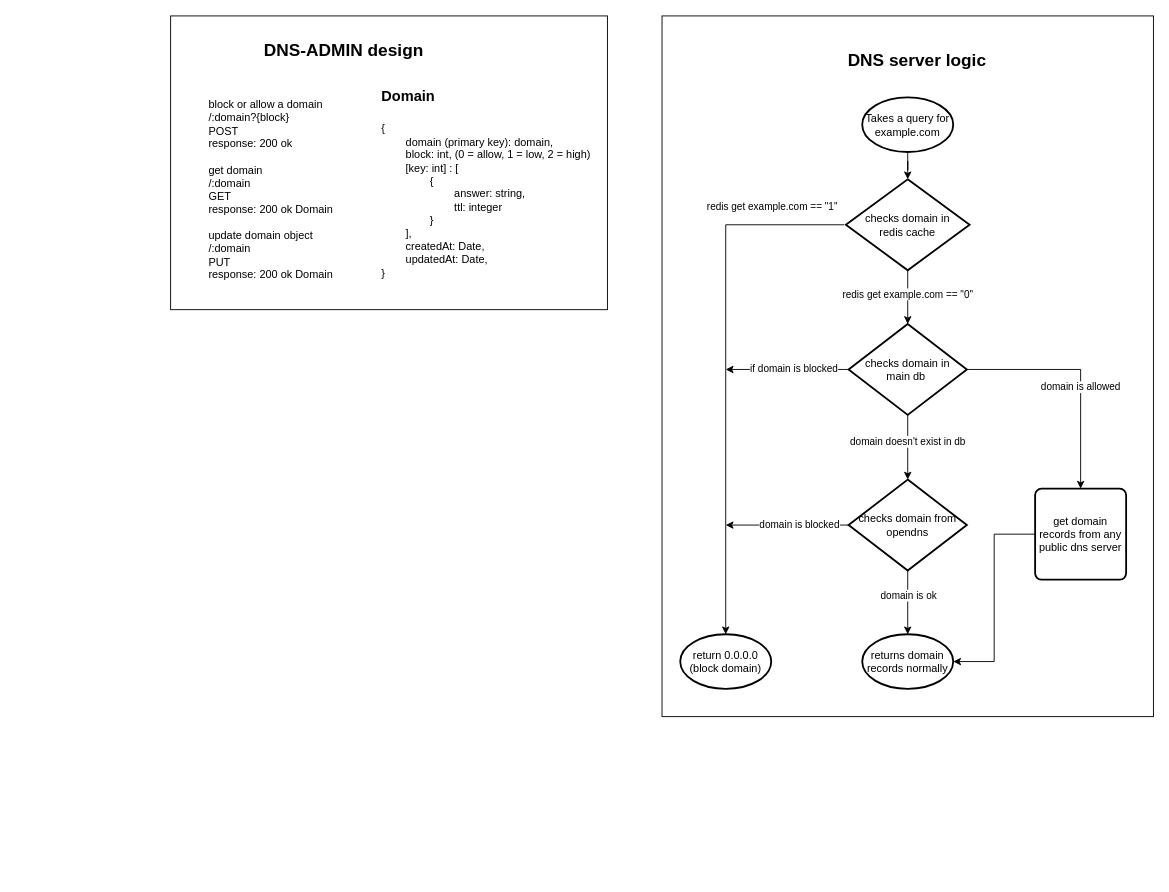
This is page "DNS" (3 of 3) of ainaa.drawio from ahmed-elbehairy7/mafazaa-system-design, a draw.io file, before an edit. Source tidied: cells renumbered, new cells numbered last; positions are measured from the earlier drawing's top-left corner, leaving out a move shared by most shapes. Both pictures are drawn from the tidied source at 91%, with x=0, y=0 at pixel (170, 15).
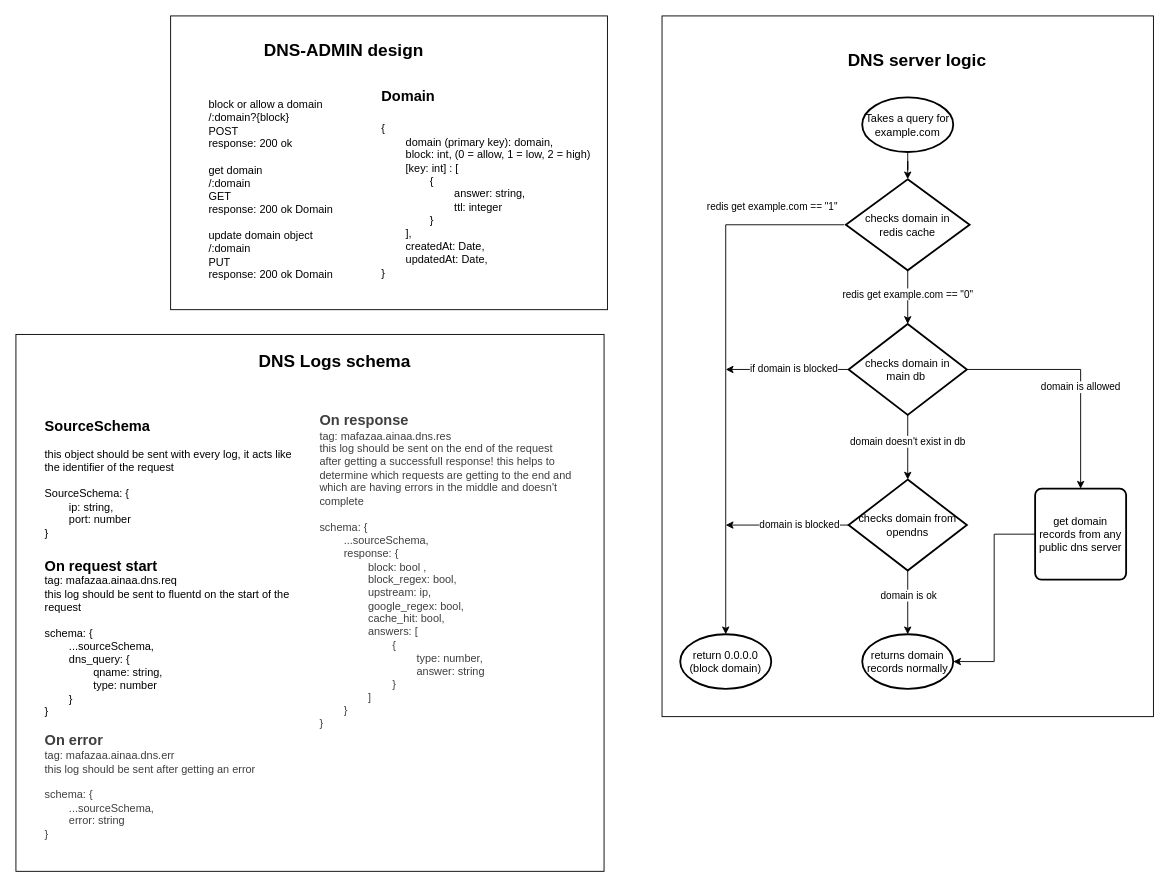
The same page after the edit.

Commit message:
added ainaa logs schema

The edit, as a diff of the source:
```diff
@@
+    <mxCell id="33" style="group;" parent="1" vertex="1">
+      <mxGeometry x="-170" y="350" width="650" height="595" as="geometry" />
+    </mxCell>
+    <mxCell id="34" style="rounded=0;whiteSpace=wrap;html=1;" parent="33" vertex="1">
+      <mxGeometry width="646.3" height="590" as="geometry" />
+    </mxCell>
+    <mxCell id="35" value="DNS Logs schema" style="text;html=1;align=center;verticalAlign=middle;strokeColor=none;fillColor=none;fontSize=19;fontStyle=1;" parent="33" vertex="1">
+      <mxGeometry x="260" y="10" width="180" height="40" as="geometry" />
+    </mxCell>
+    <mxCell id="36" value="&lt;div&gt;&lt;div&gt;&lt;span style=&quot;background-color: transparent;&quot;&gt;&lt;span style=&quot;font-size: 16px;&quot;&gt;&lt;b&gt;SourceSchema&lt;/b&gt;&lt;/span&gt;&lt;/span&gt;&lt;/div&gt;&lt;div&gt;&lt;br&gt;&lt;/div&gt;&lt;div&gt;&lt;span style=&quot;background-color: transparent;&quot;&gt;this object should be sent with every log, it acts like&lt;/span&gt;&lt;/div&gt;&lt;div&gt;the identifier of the request&lt;/div&gt;&lt;div&gt;&lt;br&gt;&lt;/div&gt;&lt;div&gt;SourceSchema: {&lt;/div&gt;&lt;div&gt;&lt;span style=&quot;white-space: pre;&quot;&gt;&#9;&lt;/span&gt;ip: string,&lt;br&gt;&lt;/div&gt;&lt;div&gt;&lt;span style=&quot;white-space: pre;&quot;&gt;&#9;&lt;/span&gt;port: number&lt;br&gt;&lt;/div&gt;&lt;div&gt;}&lt;/div&gt;&lt;/div&gt;&lt;div&gt;&lt;span style=&quot;font-size: 16px;&quot;&gt;&lt;b&gt;&lt;br&gt;&lt;/b&gt;&lt;/span&gt;&lt;/div&gt;&lt;div&gt;&lt;span style=&quot;font-size: 16px;&quot;&gt;&lt;b&gt;On request start&lt;/b&gt;&lt;/span&gt;&lt;/div&gt;&lt;div&gt;tag: mafazaa.ainaa.dns.req&lt;/div&gt;&lt;div&gt;this log should be sent to fluentd on the start of the&amp;nbsp;&lt;/div&gt;&lt;div&gt;request&lt;/div&gt;&lt;div&gt;&lt;br&gt;&lt;/div&gt;&lt;div&gt;schema: {&lt;/div&gt;&lt;div&gt;&lt;span style=&quot;white-space: pre;&quot;&gt;&#9;&lt;/span&gt;...sourceSchema,&lt;br&gt;&lt;/div&gt;&lt;div&gt;&lt;span style=&quot;white-space: pre;&quot;&gt;&#9;&lt;/span&gt;dns_query: {&lt;/div&gt;&lt;div&gt;&lt;span style=&quot;white-space: pre;&quot;&gt;&#9;&lt;span style=&quot;white-space: pre;&quot;&gt;&#9;&lt;/span&gt;qname: string,&lt;/span&gt;&lt;/div&gt;&lt;div&gt;&lt;span style=&quot;white-space: pre;&quot;&gt;&#9;&lt;/span&gt;&lt;span style=&quot;white-space: pre;&quot;&gt;&#9;&lt;/span&gt;type: number&lt;br&gt;&lt;/div&gt;&lt;div&gt;&lt;span style=&quot;white-space: pre;&quot;&gt;&#9;&lt;/span&gt;}&lt;/div&gt;&lt;div&gt;}&lt;/div&gt;&lt;div&gt;&lt;div&gt;&lt;br&gt;&lt;/div&gt;&lt;div&gt;&lt;div style=&quot;color: rgb(63, 63, 63);&quot;&gt;&lt;span style=&quot;font-size: 16px;&quot;&gt;&lt;b&gt;On error&lt;/b&gt;&lt;/span&gt;&lt;/div&gt;&lt;div style=&quot;color: rgb(63, 63, 63);&quot;&gt;tag: mafazaa.ainaa.dns.err&lt;/div&gt;&lt;div style=&quot;color: rgb(63, 63, 63);&quot;&gt;this log should be sent after getting an error&lt;/div&gt;&lt;div style=&quot;color: rgb(63, 63, 63);&quot;&gt;&lt;br&gt;&lt;/div&gt;&lt;div style=&quot;color: rgb(63, 63, 63);&quot;&gt;schema: {&lt;/div&gt;&lt;div style=&quot;color: rgb(63, 63, 63);&quot;&gt;&lt;span style=&quot;white-space-collapse: preserve;&quot;&gt;&#9;&lt;/span&gt;...sourceSchema,&lt;br&gt;&lt;/div&gt;&lt;div style=&quot;color: rgb(63, 63, 63);&quot;&gt;&lt;span style=&quot;white-space-collapse: preserve;&quot;&gt;&#9;&lt;/span&gt;error: string&lt;/div&gt;&lt;div style=&quot;color: rgb(63, 63, 63);&quot;&gt;}&lt;/div&gt;&lt;/div&gt;&lt;/div&gt;&lt;div&gt;&lt;br&gt;&lt;/div&gt;" style="text;html=1;align=left;verticalAlign=middle;strokeColor=none;fillColor=none;" parent="33" vertex="1">
+      <mxGeometry x="30" y="86" width="300" height="490" as="geometry" />
+    </mxCell>
+    <mxCell id="37" value="&lt;div&gt;&lt;div&gt;&lt;div style=&quot;color: rgb(63, 63, 63);&quot;&gt;&lt;span style=&quot;font-size: 16px;&quot;&gt;&lt;b&gt;On response&lt;/b&gt;&lt;/span&gt;&lt;/div&gt;&lt;div style=&quot;color: rgb(63, 63, 63);&quot;&gt;tag: mafazaa.ainaa.dns.res&lt;/div&gt;&lt;div style=&quot;color: rgb(63, 63, 63);&quot;&gt;this log should be sent on the end of the request&amp;nbsp;&lt;/div&gt;&lt;div style=&quot;color: rgb(63, 63, 63);&quot;&gt;after getting a successfull response! this helps to&amp;nbsp;&lt;/div&gt;&lt;div style=&quot;color: rgb(63, 63, 63);&quot;&gt;determine which requests are getting to the end and&lt;/div&gt;&lt;div style=&quot;color: rgb(63, 63, 63);&quot;&gt;which are having errors in the middle and doesn't&amp;nbsp;&lt;/div&gt;&lt;div style=&quot;color: rgb(63, 63, 63);&quot;&gt;complete&amp;nbsp;&lt;/div&gt;&lt;div style=&quot;color: rgb(63, 63, 63);&quot;&gt;&lt;br&gt;&lt;/div&gt;&lt;div style=&quot;color: rgb(63, 63, 63);&quot;&gt;schema: {&lt;/div&gt;&lt;div style=&quot;color: rgb(63, 63, 63);&quot;&gt;&lt;span style=&quot;white-space-collapse: preserve;&quot;&gt;&#9;&lt;/span&gt;...sourceSchema,&lt;br&gt;&lt;/div&gt;&lt;div style=&quot;color: rgb(63, 63, 63);&quot;&gt;&lt;span style=&quot;white-space-collapse: preserve;&quot;&gt;&#9;&lt;/span&gt;response: {&lt;/div&gt;&lt;div style=&quot;color: rgb(63, 63, 63);&quot;&gt;&lt;span style=&quot;white-space-collapse: preserve;&quot;&gt;&#9;&lt;span style=&quot;white-space-collapse: preserve;&quot;&gt;&#9;&lt;/span&gt;block:&lt;/span&gt;&amp;nbsp;bool&lt;span style=&quot;white-space-collapse: preserve;&quot;&gt; ,&lt;/span&gt;&lt;/div&gt;&lt;div style=&quot;color: rgb(63, 63, 63);&quot;&gt;&lt;span style=&quot;white-space-collapse: preserve;&quot;&gt;&#9;&lt;/span&gt;&lt;span style=&quot;white-space-collapse: preserve;&quot;&gt;&#9;&lt;/span&gt;block_regex: bool,&lt;br&gt;&lt;/div&gt;&lt;div style=&quot;color: rgb(63, 63, 63);&quot;&gt;&lt;span style=&quot;white-space-collapse: preserve;&quot;&gt;&#9;&lt;/span&gt;&lt;span style=&quot;white-space-collapse: preserve;&quot;&gt;&#9;&lt;/span&gt;upstream: ip,&lt;br&gt;&lt;/div&gt;&lt;div style=&quot;color: rgb(63, 63, 63);&quot;&gt;&lt;span style=&quot;white-space-collapse: preserve;&quot;&gt;&#9;&lt;/span&gt;&lt;span style=&quot;white-space-collapse: preserve;&quot;&gt;&#9;&lt;/span&gt;google_regex: bool,&lt;br&gt;&lt;/div&gt;&lt;div style=&quot;color: rgb(63, 63, 63);&quot;&gt;&lt;span style=&quot;white-space-collapse: preserve;&quot;&gt;&#9;&lt;/span&gt;&lt;span style=&quot;white-space-collapse: preserve;&quot;&gt;&#9;&lt;/span&gt;cache_hit: bool,&lt;br&gt;&lt;/div&gt;&lt;div style=&quot;color: rgb(63, 63, 63);&quot;&gt;&lt;span style=&quot;white-space-collapse: preserve;&quot;&gt;&#9;&lt;/span&gt;&lt;span style=&quot;white-space-collapse: preserve;&quot;&gt;&#9;&lt;/span&gt;answers: [&lt;/div&gt;&lt;div style=&quot;color: rgb(63, 63, 63);&quot;&gt;&lt;span style=&quot;white-space-collapse: preserve;&quot;&gt;&#9;&lt;/span&gt;&lt;span style=&quot;white-space-collapse: preserve;&quot;&gt;&#9;&lt;/span&gt;&lt;span style=&quot;white-space-collapse: preserve;&quot;&gt;&#9;&lt;/span&gt;{&lt;/div&gt;&lt;div style=&quot;color: rgb(63, 63, 63);&quot;&gt;&lt;span style=&quot;white-space-collapse: preserve;&quot;&gt;&#9;&lt;/span&gt;&lt;span style=&quot;white-space-collapse: preserve;&quot;&gt;&#9;&lt;/span&gt;&lt;span style=&quot;white-space-collapse: preserve;&quot;&gt;&#9;&lt;/span&gt;&lt;span style=&quot;white-space-collapse: preserve;&quot;&gt;&#9;&lt;/span&gt;type: number,&lt;br&gt;&lt;/div&gt;&lt;div style=&quot;color: rgb(63, 63, 63);&quot;&gt;&lt;span style=&quot;white-space-collapse: preserve;&quot;&gt;&#9;&lt;/span&gt;&lt;span style=&quot;white-space-collapse: preserve;&quot;&gt;&#9;&lt;/span&gt;&lt;span style=&quot;white-space-collapse: preserve;&quot;&gt;&#9;&lt;/span&gt;&lt;span style=&quot;white-space-collapse: preserve;&quot;&gt;&#9;&lt;/span&gt;answer: string&lt;br&gt;&lt;/div&gt;&lt;div style=&quot;color: rgb(63, 63, 63);&quot;&gt;&lt;span style=&quot;white-space-collapse: preserve;&quot;&gt;&#9;&lt;/span&gt;&lt;span style=&quot;white-space-collapse: preserve;&quot;&gt;&#9;&lt;/span&gt;&lt;span style=&quot;white-space-collapse: preserve;&quot;&gt;&#9;&lt;/span&gt;}&lt;/div&gt;&lt;div style=&quot;color: rgb(63, 63, 63);&quot;&gt;&lt;span style=&quot;white-space-collapse: preserve;&quot;&gt;&#9;&lt;/span&gt;&lt;span style=&quot;white-space-collapse: preserve;&quot;&gt;&#9;&lt;/span&gt;]&lt;br&gt;&lt;/div&gt;&lt;div style=&quot;color: rgb(63, 63, 63);&quot;&gt;&lt;span style=&quot;white-space-collapse: preserve;&quot;&gt;&#9;&lt;/span&gt;}&lt;/div&gt;&lt;div style=&quot;color: rgb(63, 63, 63);&quot;&gt;}&lt;/div&gt;&lt;/div&gt;&lt;/div&gt;" style="text;html=1;align=left;verticalAlign=middle;strokeColor=none;fillColor=none;" parent="33" vertex="1">
+      <mxGeometry x="332" y="80" width="300" height="360" as="geometry" />
+    </mxCell>
```
